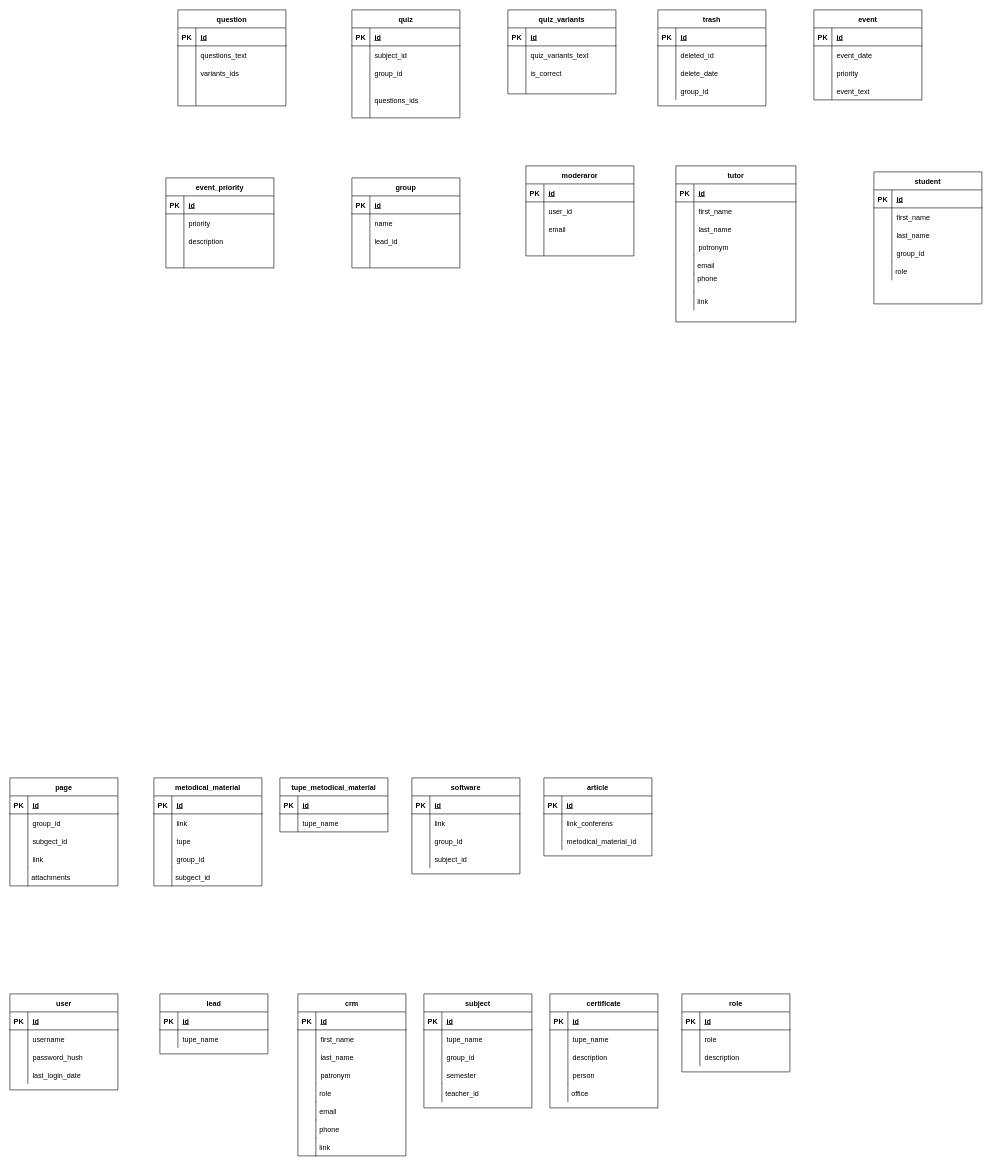
Earlier version of the draw.io diagram Untitled Diagram.drawio (student-archive/backend). Source tidied: cells renumbered, new cells numbered last; positions are measured from the earlier drawing's top-left corner, leaving out a move shared by most shapes. Both pictures are drawn from the tidied source at 60%, with x=0, y=0 at pixel (10, 10).
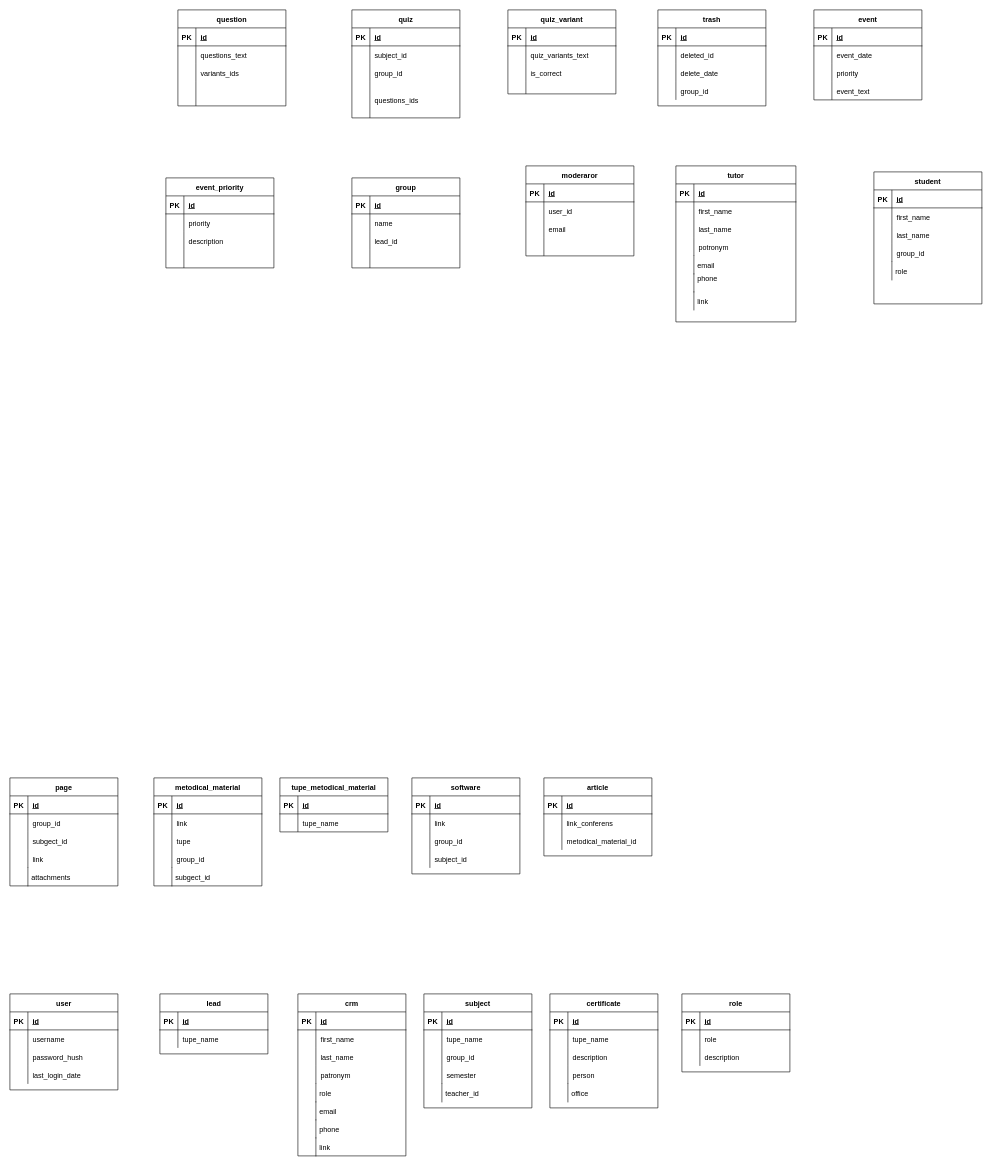
Above is the later version.

Commit message:
fix(databases): update quiz_variant table

Change to the diagram source:
```diff
@@
-    <mxCell id="30" value="quiz_variants" style="shape=table;startSize=30;childLayout=tableLayout;rowLines=0;fontStyle=1;align=center;" parent="1" vertex="1">
+    <mxCell id="30" value="quiz_variant" style="shape=table;startSize=30;childLayout=tableLayout;rowLines=0;fontStyle=1;align=center;" parent="1" vertex="1">
       <mxGeometry x="830" width="180" height="140" as="geometry" />
     </mxCell>
```
